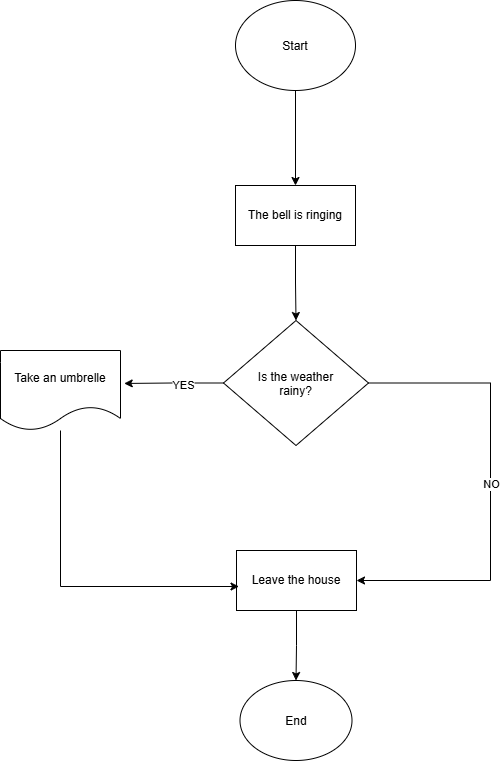
lalasal1mova/div-task2 keeps this draw.io diagram as flowcharts/morning.png. Above is the earlier version. Source tidied: cells renumbered, new cells last; positions are measured from the earlier drawing's top-left corner, leaving out a move shared by most shapes.
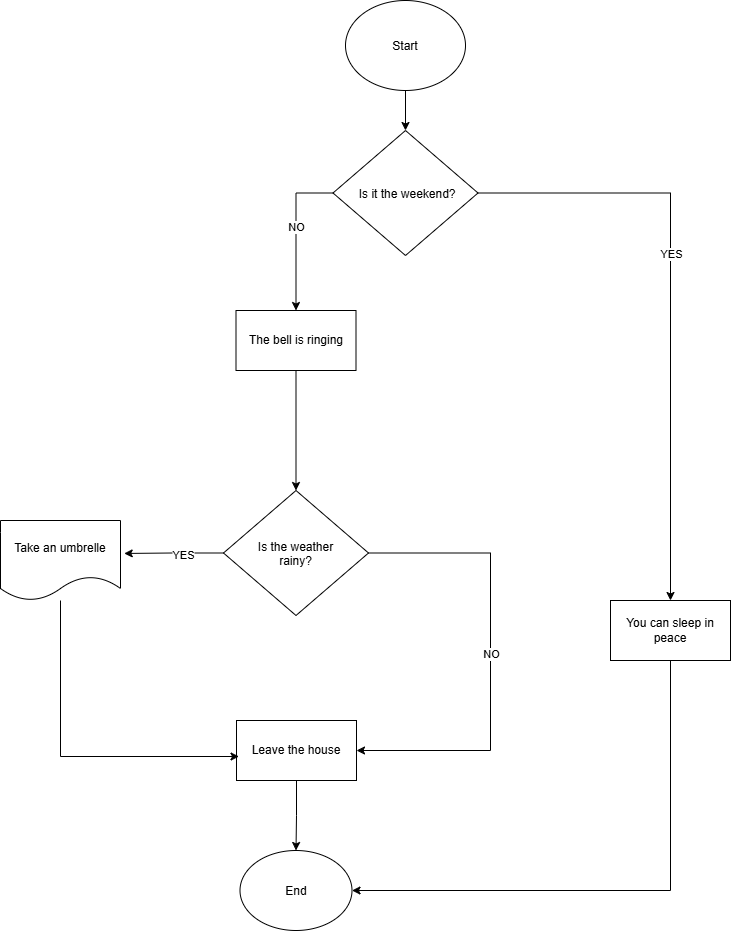
Later version of the same file.

Commit message:
Update morning routine

Diff of the diagram source:
```diff
@@ -2,18 +2,12 @@
   <root>
     <mxCell id="0" />
     <mxCell id="1" parent="0" />
-    <mxCell id="2" style="edgeStyle=orthogonalEdgeStyle;rounded=0;jettySize=auto;html=1;defaultLabelBackgroundColor=gap;" parent="1" edge="1" source="3" target="5">
-      <mxGeometry relative="1" as="geometry" />
-    </mxCell>
+    <mxCell id="16" style="edgeStyle=orthogonalEdgeStyle;rounded=0;jettySize=auto;html=1;entryX=0.5;entryY=0;entryDx=0;entryDy=0;defaultLabelBackgroundColor=gap;" parent="1" edge="1" source="3" target="21">
+      <mxGeometry relative="1" as="geometry" />
+    </mxCell>
     <mxCell id="3" value="Start" style="ellipse;whiteSpace=wrap;html=1;shapeInside=1;" parent="1" vertex="1">
-      <mxGeometry x="235" width="120" height="90" as="geometry" />
+      <mxGeometry x="345" y="-170" width="120" height="90" as="geometry" />
     </mxCell>
-    <mxCell id="4" style="edgeStyle=orthogonalEdgeStyle;rounded=0;jettySize=auto;html=1;defaultLabelBackgroundColor=gap;" parent="1" edge="1" source="5" target="6">
-      <mxGeometry relative="1" as="geometry" />
-    </mxCell>
-    <mxCell id="5" value="The bell is ringing" style="whiteSpace=wrap;html=1;" parent="1" vertex="1">
-      <mxGeometry x="235" y="185" width="120" height="60" as="geometry" />
-    </mxCell>
     <mxCell id="6" value="Is the weather rainy?" style="rhombus;whiteSpace=wrap;html=1;shapeInside=1;" parent="1" vertex="1">
       <mxGeometry x="223" y="320" width="145" height="125" as="geometry" />
     </mxCell>
@@ -55,5 +49,46 @@
     <mxCell id="15" value="End" style="ellipse;whiteSpace=wrap;html=1;shapeInside=1;rounded=0;" parent="1" vertex="1">
       <mxGeometry x="239.5" y="680" width="112" height="80" as="geometry" />
     </mxCell>
+    <mxCell id="17" style="edgeStyle=orthogonalEdgeStyle;rounded=0;jettySize=auto;html=1;entryX=0.5;entryY=0;entryDx=0;entryDy=0;defaultLabelBackgroundColor=gap;" parent="1" edge="1" source="21" target="5">
+      <mxGeometry relative="1" as="geometry">
+        <Array as="points">
+          <mxPoint x="295.5" y="22.5" />
+        </Array>
+      </mxGeometry>
+    </mxCell>
+    <mxCell id="18" value="NO" style="edgeLabel;html=1;align=center;verticalAlign=middle;defaultLabelBackgroundColor=gap;" parent="17" vertex="1">
+      <mxGeometry x="-0.08" relative="1" as="geometry" />
+    </mxCell>
+    <mxCell id="19" style="edgeStyle=orthogonalEdgeStyle;rounded=0;jettySize=auto;html=1;defaultLabelBackgroundColor=gap;" parent="1" edge="1" source="21" target="23">
+      <mxGeometry relative="1" as="geometry" />
+    </mxCell>
+    <mxCell id="20" value="YES" style="edgeLabel;html=1;align=center;verticalAlign=middle;defaultLabelBackgroundColor=gap;" parent="19" vertex="1">
+      <mxGeometry x="-0.16" relative="1" as="geometry">
+        <mxPoint y="1" as="offset" />
+      </mxGeometry>
+    </mxCell>
+    <mxCell id="21" value="&amp;nbsp;Is it the weekend?" style="rhombus;whiteSpace=wrap;html=1;shapeInside=1;" parent="1" vertex="1">
+      <mxGeometry x="332.5" y="-40" width="145" height="125" as="geometry" />
+    </mxCell>
+    <mxCell id="4" style="edgeStyle=orthogonalEdgeStyle;rounded=0;jettySize=auto;html=1;entryX=0.5;entryY=0;entryDx=0;entryDy=0;defaultLabelBackgroundColor=gap;" parent="1" edge="1" source="5" target="6">
+      <mxGeometry relative="1" as="geometry">
+        <Array as="points">
+          <mxPoint x="295.5" y="200" />
+        </Array>
+      </mxGeometry>
+    </mxCell>
+    <mxCell id="5" value="The bell is ringing" style="rounded=0;whiteSpace=wrap;html=1;" parent="1" vertex="1">
+      <mxGeometry x="235.5" y="140" width="120" height="60" as="geometry" />
+    </mxCell>
+    <mxCell id="22" style="edgeStyle=orthogonalEdgeStyle;rounded=0;jettySize=auto;html=1;entryX=1;entryY=0.5;entryDx=0;entryDy=0;defaultLabelBackgroundColor=gap;" parent="1" edge="1" source="23" target="15">
+      <mxGeometry x="0.05" relative="1" as="geometry">
+        <Array as="points">
+          <mxPoint x="670" y="720" />
+        </Array>
+      </mxGeometry>
+    </mxCell>
+    <mxCell id="23" value="You can sleep in peace" style="whiteSpace=wrap;html=1;" parent="1" vertex="1">
+      <mxGeometry x="610" y="430" width="120" height="60" as="geometry" />
+    </mxCell>
   </root>
 </mxGraphModel>
```
